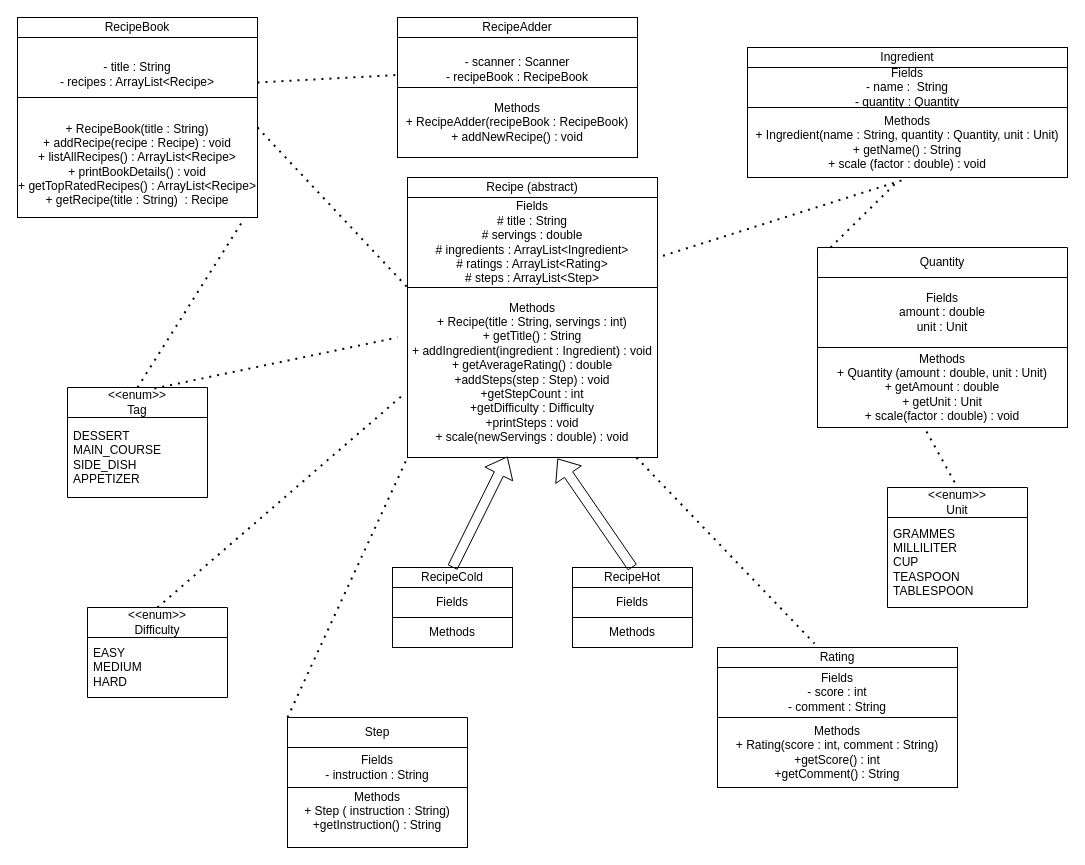
This is UML_LIA Part1.drawio from HTbuilderKid/Recipe_Book_Project, a draw.io file, before an edit. Source tidied: cells renumbered, new cells numbered last; positions are measured from the earlier drawing's top-left corner, leaving out a move shared by most shapes. Both pictures are drawn from the tidied source at 100%, with x=0, y=0 at pixel (17, 17).
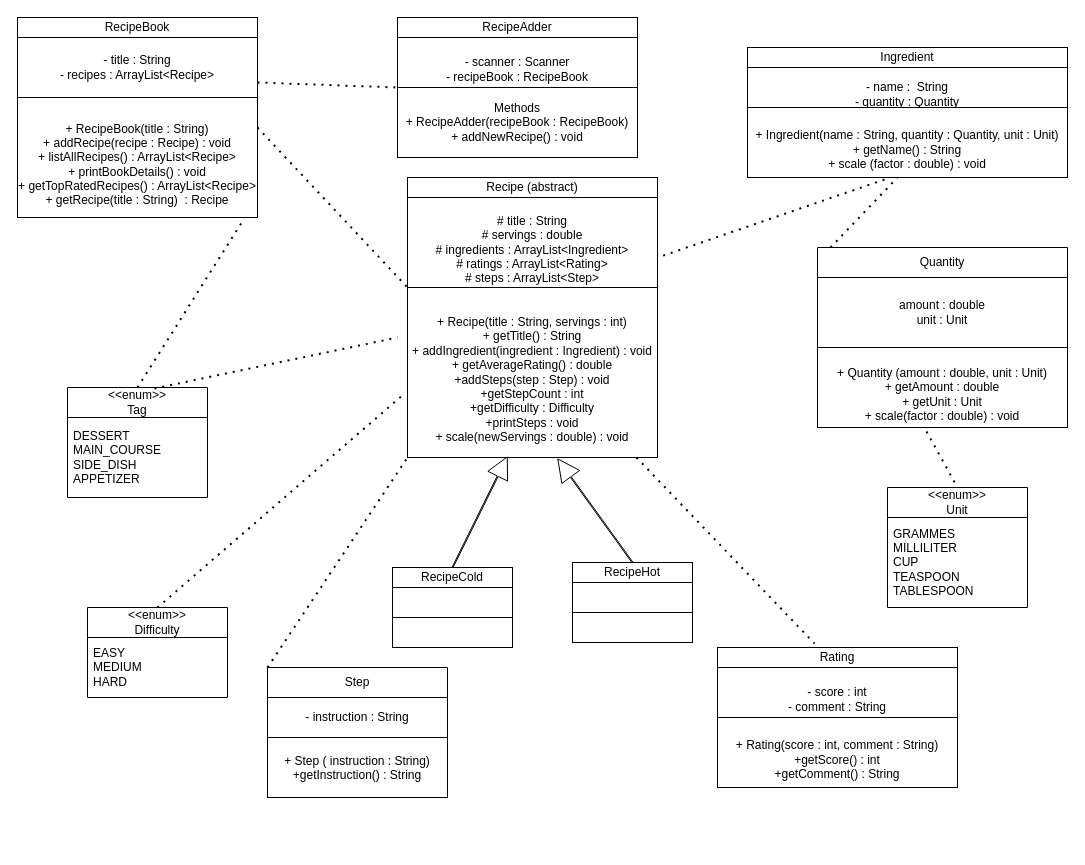
After the change.

Commit message:
Fixed- Still unfinished UML_LIA Part1.drawio

Unchanged cells that the change refers to:
```xml
<mxCell id="15" value="&lt;br&gt;&lt;div&gt;- scanner : Scanner&lt;/div&gt;&lt;div&gt;- recipeBook : RecipeBook&lt;/div&gt;" style="rounded=0;whiteSpace=wrap;html=1;" parent="1" vertex="1">
  <mxGeometry x="380" y="20" width="240" height="50" as="geometry" />
</mxCell>
<mxCell id="17" value="RecipeCold" style="rounded=0;whiteSpace=wrap;html=1;" parent="1" vertex="1">
  <mxGeometry x="375" y="550" width="120" height="20" as="geometry" />
</mxCell>
<mxCell id="31" value="Quantity" style="swimlane;fontStyle=0;horizontal=1;startSize=30;whiteSpace=wrap;html=1;" parent="1" vertex="1">
  <mxGeometry x="800" y="230" width="250" height="100" as="geometry" />
</mxCell>
```

What changed in the source:
```diff
@@
-    <mxCell id="3" value="&lt;br&gt;&lt;div&gt;- title : String&lt;/div&gt;&lt;div&gt;- recipes : ArrayList&amp;lt;Recipe&amp;gt;&lt;/div&gt;" style="rounded=0;whiteSpace=wrap;html=1;" parent="1" vertex="1">
+    <mxCell id="3" value="&lt;div&gt;- title : String&lt;/div&gt;&lt;div&gt;- recipes : ArrayList&amp;lt;Recipe&amp;gt;&lt;/div&gt;" style="rounded=0;whiteSpace=wrap;html=1;" parent="1" vertex="1">
       <mxGeometry y="20" width="240" height="60" as="geometry" />
     </mxCell>
@@
-    <mxCell id="6" value="Fields&lt;div&gt;# title : String&lt;/div&gt;&lt;div&gt;# servings : double&lt;/div&gt;&lt;div&gt;# ingredients : ArrayList&amp;lt;Ingredient&amp;gt;&lt;/div&gt;&lt;div&gt;# ratings : ArrayList&amp;lt;Rating&amp;gt;&lt;/div&gt;&lt;div&gt;# steps : ArrayList&amp;lt;Step&amp;gt;&lt;/div&gt;" style="rounded=0;whiteSpace=wrap;html=1;" parent="1" vertex="1">
+    <mxCell id="6" value="&lt;br&gt;&lt;div&gt;# title : String&lt;/div&gt;&lt;div&gt;# servings : double&lt;/div&gt;&lt;div&gt;# ingredients : ArrayList&amp;lt;Ingredient&amp;gt;&lt;/div&gt;&lt;div&gt;# ratings : ArrayList&amp;lt;Rating&amp;gt;&lt;/div&gt;&lt;div&gt;# steps : ArrayList&amp;lt;Step&amp;gt;&lt;/div&gt;" style="rounded=0;whiteSpace=wrap;html=1;" parent="1" vertex="1">
       <mxGeometry x="390" y="180" width="250" height="90" as="geometry" />
     </mxCell>
-    <mxCell id="7" value="&lt;div&gt;&lt;br&gt;&lt;/div&gt;Methods&lt;div&gt;+ Recipe(title : String, servings : int)&lt;/div&gt;&lt;div&gt;+ getTitle() : String&lt;/div&gt;&lt;div&gt;+ addIngredient(ingredient : Ingredient) : void&lt;/div&gt;&lt;div&gt;+ getAverageRating() : double&lt;/div&gt;&lt;div&gt;+addSteps(step : Step) : void&lt;/div&gt;&lt;div&gt;+getStepCount : int&lt;/div&gt;&lt;div&gt;+getDifficulty : Difficulty&lt;/div&gt;&lt;div&gt;+printSteps : void&lt;/div&gt;&lt;div&gt;+ scale(newServings : double) : void&lt;/div&gt;&lt;div&gt;&lt;br&gt;&lt;/div&gt;" style="rounded=0;whiteSpace=wrap;html=1;" parent="1" vertex="1">
+    <mxCell id="7" value="&lt;div&gt;&lt;br&gt;&lt;/div&gt;&lt;br&gt;&lt;div&gt;+ Recipe(title : String, servings : int)&lt;/div&gt;&lt;div&gt;+ getTitle() : String&lt;/div&gt;&lt;div&gt;+ addIngredient(ingredient : Ingredient) : void&lt;/div&gt;&lt;div&gt;+ getAverageRating() : double&lt;/div&gt;&lt;div&gt;+addSteps(step : Step) : void&lt;/div&gt;&lt;div&gt;+getStepCount : int&lt;/div&gt;&lt;div&gt;+getDifficulty : Difficulty&lt;/div&gt;&lt;div&gt;+printSteps : void&lt;/div&gt;&lt;div&gt;+ scale(newServings : double) : void&lt;/div&gt;&lt;div&gt;&lt;br&gt;&lt;/div&gt;" style="rounded=0;whiteSpace=wrap;html=1;" parent="1" vertex="1">
       <mxGeometry x="390" y="270" width="250" height="170" as="geometry" />
     </mxCell>
@@
-    <mxCell id="9" value="Fields&lt;div&gt;- name :&amp;nbsp; String&lt;/div&gt;&lt;div&gt;- quantity : Quantity&lt;/div&gt;" style="rounded=0;whiteSpace=wrap;html=1;" parent="1" vertex="1">
+    <mxCell id="9" value="&lt;br&gt;&lt;div&gt;- name :&amp;nbsp; String&lt;/div&gt;&lt;div&gt;- quantity : Quantity&lt;/div&gt;" style="rounded=0;whiteSpace=wrap;html=1;" parent="1" vertex="1">
       <mxGeometry x="730" y="50" width="320" height="40" as="geometry" />
     </mxCell>
-    <mxCell id="10" value="&lt;div&gt;Methods&lt;/div&gt;+ Ingredient(name : String, quantity : Quantity, unit : Unit)&lt;div&gt;+ getName() : String&lt;/div&gt;&lt;div&gt;+ scale (factor : double) : void&lt;/div&gt;" style="rounded=0;whiteSpace=wrap;html=1;" parent="1" vertex="1">
+    <mxCell id="10" value="&lt;div&gt;&lt;br&gt;&lt;/div&gt;+ Ingredient(name : String, quantity : Quantity, unit : Unit)&lt;div&gt;+ getName() : String&lt;/div&gt;&lt;div&gt;+ scale (factor : double) : void&lt;/div&gt;" style="rounded=0;whiteSpace=wrap;html=1;" parent="1" vertex="1">
       <mxGeometry x="730" y="90" width="320" height="70" as="geometry" />
     </mxCell>
@@
-    <mxCell id="12" value="Fields&lt;div&gt;- score : int&lt;/div&gt;&lt;div&gt;- comment : String&lt;/div&gt;" style="rounded=0;whiteSpace=wrap;html=1;" parent="1" vertex="1">
+    <mxCell id="12" value="&lt;br&gt;&lt;div&gt;- score : int&lt;/div&gt;&lt;div&gt;- comment : String&lt;/div&gt;" style="rounded=0;whiteSpace=wrap;html=1;" parent="1" vertex="1">
       <mxGeometry x="700" y="650" width="240" height="50" as="geometry" />
     </mxCell>
-    <mxCell id="13" value="Methods&lt;div&gt;+ Rating(score : int, comment : String)&lt;/div&gt;&lt;div&gt;+getScore() : int&lt;/div&gt;&lt;div&gt;+getComment() : String&lt;/div&gt;" style="rounded=0;whiteSpace=wrap;html=1;" parent="1" vertex="1">
+    <mxCell id="13" value="&lt;br&gt;&lt;div&gt;+ Rating(score : int, comment : String)&lt;/div&gt;&lt;div&gt;+getScore() : int&lt;/div&gt;&lt;div&gt;+getComment() : String&lt;/div&gt;" style="rounded=0;whiteSpace=wrap;html=1;" parent="1" vertex="1">
       <mxGeometry x="700" y="700" width="240" height="70" as="geometry" />
     </mxCell>
@@
-    <mxCell id="18" value="Fields" style="rounded=0;whiteSpace=wrap;html=1;" parent="1" vertex="1">
+    <mxCell id="18" style="rounded=0;whiteSpace=wrap;html=1;" parent="1" vertex="1">
       <mxGeometry x="375" y="570" width="120" height="30" as="geometry" />
     </mxCell>
-    <mxCell id="19" value="Methods" style="rounded=0;whiteSpace=wrap;html=1;" parent="1" vertex="1">
+    <mxCell id="19" style="rounded=0;whiteSpace=wrap;html=1;" parent="1" vertex="1">
       <mxGeometry x="375" y="600" width="120" height="30" as="geometry" />
     </mxCell>
     <mxCell id="20" value="RecipeHot" style="rounded=0;whiteSpace=wrap;html=1;" parent="1" vertex="1">
-      <mxGeometry x="555" y="550" width="120" height="20" as="geometry" />
+      <mxGeometry x="555" y="545" width="120" height="20" as="geometry" />
     </mxCell>
-    <mxCell id="21" value="Fields" style="rounded=0;whiteSpace=wrap;html=1;" parent="1" vertex="1">
-      <mxGeometry x="555" y="570" width="120" height="30" as="geometry" />
+    <mxCell id="21" style="rounded=0;whiteSpace=wrap;html=1;" parent="1" vertex="1">
+      <mxGeometry x="555" y="565" width="120" height="30" as="geometry" />
     </mxCell>
-    <mxCell id="22" value="Methods" style="rounded=0;whiteSpace=wrap;html=1;" parent="1" vertex="1">
-      <mxGeometry x="555" y="600" width="120" height="30" as="geometry" />
+    <mxCell id="22" style="rounded=0;whiteSpace=wrap;html=1;" parent="1" vertex="1">
+      <mxGeometry x="555" y="595" width="120" height="30" as="geometry" />
     </mxCell>
@@
     <mxCell id="27" value="Step" style="swimlane;fontStyle=0;horizontal=1;startSize=30;whiteSpace=wrap;html=1;" parent="1" vertex="1">
-      <mxGeometry x="270" y="700" width="180" height="70" as="geometry" />
+      <mxGeometry x="250" y="650" width="180" height="70" as="geometry" />
     </mxCell>
-    <mxCell id="28" value="Fields&lt;div&gt;- instruction : String&lt;/div&gt;" style="text;strokeColor=none;fillColor=none;align=center;verticalAlign=middle;spacingLeft=4;spacingRight=4;overflow=hidden;whiteSpace=wrap;html=1;" parent="27" vertex="1">
+    <mxCell id="28" value="&lt;div&gt;- instruction : String&lt;/div&gt;" style="text;strokeColor=none;fillColor=none;align=center;verticalAlign=middle;spacingLeft=4;spacingRight=4;overflow=hidden;whiteSpace=wrap;html=1;" parent="27" vertex="1">
       <mxGeometry y="30" width="180" height="40" as="geometry" />
     </mxCell>
@@
-    <mxCell id="32" value="Fields&lt;div&gt;amount : double&lt;/div&gt;&lt;div&gt;unit : Unit&lt;/div&gt;" style="text;strokeColor=none;fillColor=none;align=center;verticalAlign=middle;spacingLeft=4;spacingRight=4;overflow=hidden;whiteSpace=wrap;html=1;" parent="31" vertex="1">
+    <mxCell id="32" value="&lt;div&gt;amount : double&lt;/div&gt;&lt;div&gt;unit : Unit&lt;/div&gt;" style="text;strokeColor=none;fillColor=none;align=center;verticalAlign=middle;spacingLeft=4;spacingRight=4;overflow=hidden;whiteSpace=wrap;html=1;" parent="31" vertex="1">
       <mxGeometry y="30" width="250" height="70" as="geometry" />
     </mxCell>
-    <mxCell id="33" value="Methods&lt;div&gt;+ Quantity (amount : double, unit : Unit)&lt;/div&gt;&lt;div&gt;+ getAmount : double&lt;/div&gt;&lt;div&gt;+ getUnit : Unit&lt;/div&gt;&lt;div&gt;+ scale(factor : double) : void&lt;/div&gt;" style="text;strokeColor=default;fillColor=none;align=center;verticalAlign=middle;spacingLeft=4;spacingRight=4;overflow=hidden;points=[[0,0.5],[1,0.5]];portConstraint=eastwest;whiteSpace=wrap;html=1;" parent="1" vertex="1">
+    <mxCell id="33" value="&lt;br&gt;&lt;div&gt;+ Quantity (amount : double, unit : Unit)&lt;/div&gt;&lt;div&gt;+ getAmount : double&lt;/div&gt;&lt;div&gt;+ getUnit : Unit&lt;/div&gt;&lt;div&gt;+ scale(factor : double) : void&lt;/div&gt;" style="text;strokeColor=default;fillColor=none;align=center;verticalAlign=middle;spacingLeft=4;spacingRight=4;overflow=hidden;points=[[0,0.5],[1,0.5]];portConstraint=eastwest;whiteSpace=wrap;html=1;" parent="1" vertex="1">
       <mxGeometry x="800" y="330" width="250" height="80" as="geometry" />
     </mxCell>
-    <mxCell id="34" value="Methods&lt;div&gt;+ Step ( instruction : String)&lt;/div&gt;&lt;div&gt;+getInstruction() : String&lt;/div&gt;&lt;div&gt;&lt;br&gt;&lt;/div&gt;&lt;div&gt;&lt;br&gt;&lt;/div&gt;" style="text;strokeColor=default;fillColor=none;align=center;verticalAlign=middle;spacingLeft=4;spacingRight=4;overflow=hidden;whiteSpace=wrap;html=1;" parent="1" vertex="1">
-      <mxGeometry x="270" y="770" width="180" height="60" as="geometry" />
+    <mxCell id="34" value="&lt;br&gt;&lt;div&gt;+ Step ( instruction : String)&lt;/div&gt;&lt;div&gt;+getInstruction() : String&lt;/div&gt;&lt;div&gt;&lt;br&gt;&lt;/div&gt;&lt;div&gt;&lt;br&gt;&lt;/div&gt;" style="text;strokeColor=default;fillColor=none;align=center;verticalAlign=middle;spacingLeft=4;spacingRight=4;overflow=hidden;whiteSpace=wrap;html=1;" parent="1" vertex="1">
+      <mxGeometry x="250" y="720" width="180" height="60" as="geometry" />
     </mxCell>
-    <mxCell id="35" style="shape=flexArrow;endArrow=classic;html=1;rounded=0;entryX=0.4;entryY=0.994;entryDx=0;entryDy=0;entryPerimeter=0;exitX=0.5;exitY=0;exitDx=0;exitDy=0;" parent="1" edge="1" source="17" target="7">
+    <mxCell id="35" style="shape=flexArrow;endArrow=classic;html=1;rounded=0;entryX=0.4;entryY=0.994;entryDx=0;entryDy=0;entryPerimeter=0;exitX=0.5;exitY=0;exitDx=0;exitDy=0;width=1;endSize=6.83;" parent="1" edge="1" source="17" target="7">
       <mxGeometry relative="1" as="geometry" />
     </mxCell>
-    <mxCell id="36" style="shape=flexArrow;endArrow=classic;html=1;rounded=0;entryX=0.6;entryY=1.006;entryDx=0;entryDy=0;exitX=0.5;exitY=0;exitDx=0;exitDy=0;entryPerimeter=0;" parent="1" edge="1" source="20" target="7">
+    <mxCell id="36" style="shape=flexArrow;endArrow=classic;html=1;rounded=0;entryX=0.6;entryY=1.006;entryDx=0;entryDy=0;entryPerimeter=0;exitX=0.5;exitY=0;exitDx=0;exitDy=0;width=1;endSize=7.06;" parent="1" edge="1" source="20" target="7">
       <mxGeometry relative="1" as="geometry" />
     </mxCell>
@@
-    <mxCell id="38" style="endArrow=none;dashed=1;html=1;dashPattern=1 3;strokeWidth=2;rounded=0;exitX=0.481;exitY=1.043;exitDx=0;exitDy=0;entryX=1;entryY=0.667;entryDx=0;entryDy=0;entryPerimeter=0;exitPerimeter=0;" parent="1" edge="1" source="10" target="6">
+    <mxCell id="38" style="endArrow=none;dashed=1;html=1;dashPattern=1 3;strokeWidth=2;rounded=0;exitX=0.428;exitY=1.029;exitDx=0;exitDy=0;entryX=1;entryY=0.667;entryDx=0;entryDy=0;entryPerimeter=0;exitPerimeter=0;" parent="1" edge="1" source="10" target="6">
       <mxGeometry relative="1" as="geometry" />
     </mxCell>
@@
-    <mxCell id="40" style="endArrow=none;dashed=1;html=1;dashPattern=1 3;strokeWidth=2;rounded=0;exitX=1;exitY=0.75;exitDx=0;exitDy=0;entryX=0;entryY=0.75;entryDx=0;entryDy=0;" parent="1" edge="1" source="3" target="15">
+    <mxCell id="40" style="endArrow=none;dashed=1;html=1;dashPattern=1 3;strokeWidth=2;rounded=0;exitX=1;exitY=0.75;exitDx=0;exitDy=0;entryX=0;entryY=1;entryDx=0;entryDy=0;" parent="1" edge="1" source="3" target="15">
       <mxGeometry relative="1" as="geometry" />
     </mxCell>
     <mxCell id="41" style="endArrow=none;dashed=1;html=1;dashPattern=1 3;strokeWidth=2;rounded=0;exitX=0.052;exitY=0;exitDx=0;exitDy=0;exitPerimeter=0;" parent="1" edge="1" source="31">
       <mxGeometry relative="1" as="geometry">
-        <mxPoint x="880" y="164" as="targetPoint" />
+        <mxPoint x="880" y="160" as="targetPoint" />
       </mxGeometry>
     </mxCell>
```
